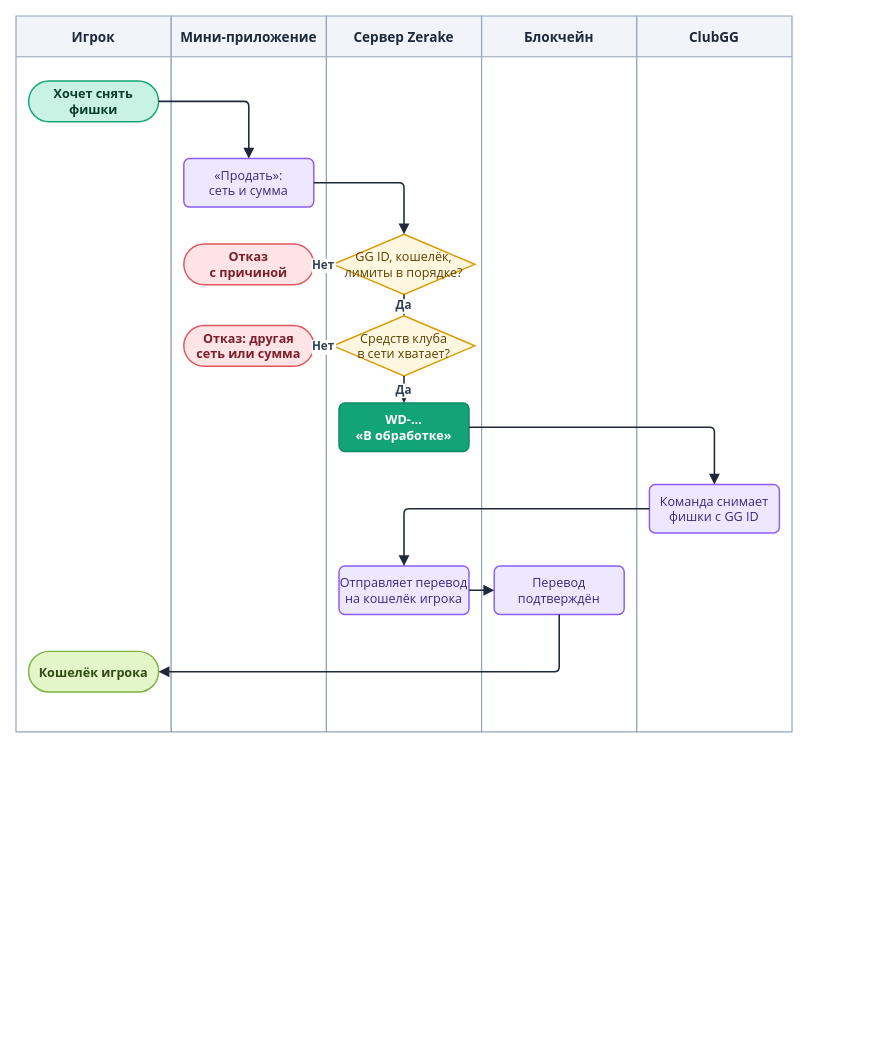
LILSUFFER/zerake-docs keeps this draw.io diagram as diagrams/drawio/money-out.drawio. Above is the earlier version. Source tidied: cells renumbered, new cells numbered last; positions are measured from the earlier drawing's top-left corner, leaving out a move shared by most shapes. Both pictures are drawn from the tidied source at 97%, with x=0, y=0 at pixel (16, 16).
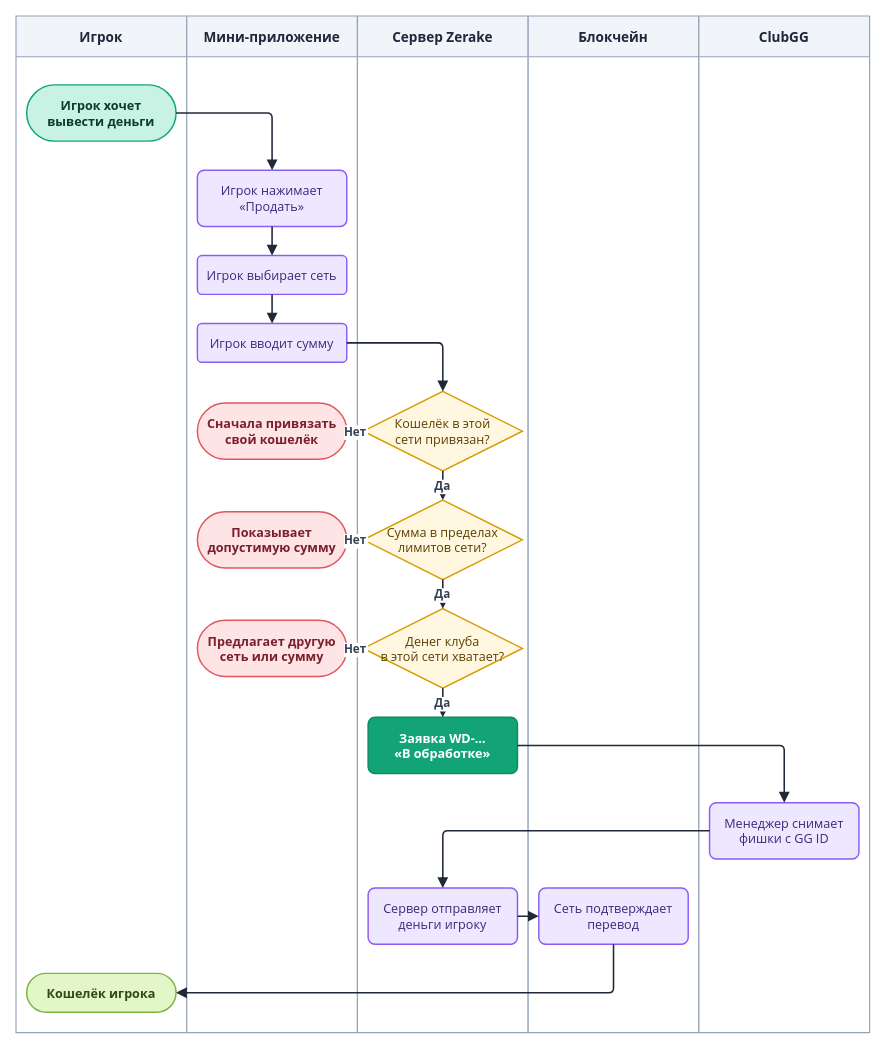
The same diagram, later.

The edit, as a diff of the source:
```diff
@@
     <mxCell id="2" value="Игрок" style="swimlane;horizontal=1;startSize=42;fillColor=#F1F4F9;swimlaneFillColor=#FFFFFF;strokeColor=#94A3B8;fontColor=#1E293B;fontStyle=1;fontSize=14;fontFamily=Segoe UI;strokeWidth=1.2;" parent="1" vertex="1">
-      <mxGeometry width="160" height="738" as="geometry" />
+      <mxGeometry width="176" height="1048" as="geometry" />
     </mxCell>
     <mxCell id="3" value="Мини-приложение" style="swimlane;horizontal=1;startSize=42;fillColor=#F1F4F9;swimlaneFillColor=#FFFFFF;strokeColor=#94A3B8;fontColor=#1E293B;fontStyle=1;fontSize=14;fontFamily=Segoe UI;strokeWidth=1.2;" parent="1" vertex="1">
-      <mxGeometry x="160" width="160" height="738" as="geometry" />
+      <mxGeometry x="176" width="176" height="1048" as="geometry" />
     </mxCell>
     <mxCell id="4" value="Сервер Zerake" style="swimlane;horizontal=1;startSize=42;fillColor=#F1F4F9;swimlaneFillColor=#FFFFFF;strokeColor=#94A3B8;fontColor=#1E293B;fontStyle=1;fontSize=14;fontFamily=Segoe UI;strokeWidth=1.2;" parent="1" vertex="1">
-      <mxGeometry x="320" width="160" height="738" as="geometry" />
+      <mxGeometry x="352" width="176" height="1048" as="geometry" />
     </mxCell>
     <mxCell id="5" value="Блокчейн" style="swimlane;horizontal=1;startSize=42;fillColor=#F1F4F9;swimlaneFillColor=#FFFFFF;strokeColor=#94A3B8;fontColor=#1E293B;fontStyle=1;fontSize=14;fontFamily=Segoe UI;strokeWidth=1.2;" parent="1" vertex="1">
-      <mxGeometry x="480" width="160" height="738" as="geometry" />
+      <mxGeometry x="528" width="176" height="1048" as="geometry" />
     </mxCell>
     <mxCell id="6" value="ClubGG" style="swimlane;horizontal=1;startSize=42;fillColor=#F1F4F9;swimlaneFillColor=#FFFFFF;strokeColor=#94A3B8;fontColor=#1E293B;fontStyle=1;fontSize=14;fontFamily=Segoe UI;strokeWidth=1.2;" parent="1" vertex="1">
-      <mxGeometry x="640" width="160" height="738" as="geometry" />
+      <mxGeometry x="704" width="176" height="1048" as="geometry" />
     </mxCell>
-    <mxCell id="7" value="Хочет снять&#10;фишки" style="rounded=1;arcSize=50;html=0;fontStyle=1;fillColor=#C7F2E4;strokeColor=#12A477;fontColor=#0B3D2C;fontFamily=Segoe UI;fontSize=13;strokeWidth=1.5;" parent="1" vertex="1">
-      <mxGeometry x="13" y="67" width="134" height="42" as="geometry" />
+    <mxCell id="7" value="Игрок хочет&#10;вывести деньги" style="rounded=1;arcSize=50;html=0;fontStyle=1;fillColor=#C7F2E4;strokeColor=#12A477;fontColor=#0B3D2C;fontFamily=Segoe UI;fontSize=13;strokeWidth=1.5;" parent="1" vertex="1">
+      <mxGeometry x="11" y="71" width="154" height="58" as="geometry" />
     </mxCell>
-    <mxCell id="8" value="«Продать»:&#10;сеть и сумма" style="rounded=1;arcSize=12;html=0;fillColor=#EDE7FF;strokeColor=#8B5CF6;fontColor=#3B2A7A;fontFamily=Segoe UI;fontSize=13;strokeWidth=1.5;" parent="1" vertex="1">
-      <mxGeometry x="173" y="147" width="134" height="50" as="geometry" />
+    <mxCell id="8" value="Игрок нажимает&#10;«Продать»" style="rounded=1;arcSize=12;html=0;fillColor=#EDE7FF;strokeColor=#8B5CF6;fontColor=#3B2A7A;fontFamily=Segoe UI;fontSize=13;strokeWidth=1.5;" parent="1" vertex="1">
+      <mxGeometry x="187" y="159" width="154" height="58" as="geometry" />
     </mxCell>
-    <mxCell id="9" value="GG ID, кошелёк,&#10;лимиты в порядке?" style="rhombus;html=0;fillColor=#FFF7E0;strokeColor=#D99A00;fontColor=#5C4100;fontFamily=Segoe UI;fontSize=13;strokeWidth=1.5;" parent="1" vertex="1">
-      <mxGeometry x="327" y="225" width="146" height="62" as="geometry" />
-    </mxCell>
-    <mxCell id="10" value="Отказ&#10;с причиной" style="rounded=1;arcSize=50;html=0;fontStyle=1;fillColor=#FFE4E6;strokeColor=#E0565F;fontColor=#7A1F2B;fontFamily=Segoe UI;fontSize=13;strokeWidth=1.5;" parent="1" vertex="1">
-      <mxGeometry x="173" y="235" width="134" height="42" as="geometry" />
-    </mxCell>
+    <mxCell id="28" value="Игрок выбирает сеть" style="rounded=1;arcSize=12;html=0;fillColor=#EDE7FF;strokeColor=#8B5CF6;fontColor=#3B2A7A;fontFamily=Segoe UI;fontSize=13;strokeWidth=1.5;" parent="1" vertex="1">
+      <mxGeometry x="187" y="247" width="154" height="40" as="geometry" />
+    </mxCell>
+    <mxCell id="29" value="Игрок вводит сумму" style="rounded=1;arcSize=12;html=0;fillColor=#EDE7FF;strokeColor=#8B5CF6;fontColor=#3B2A7A;fontFamily=Segoe UI;fontSize=13;strokeWidth=1.5;" parent="1" vertex="1">
+      <mxGeometry x="187" y="317" width="154" height="40" as="geometry" />
+    </mxCell>
+    <mxCell id="30" value="Кошелёк в этой&#10;сети привязан?" style="rhombus;html=0;fillColor=#FFF7E0;strokeColor=#D99A00;fontColor=#5C4100;fontFamily=Segoe UI;fontSize=13;strokeWidth=1.5;" parent="1" vertex="1">
+      <mxGeometry x="358" y="387" width="164" height="82" as="geometry" />
+    </mxCell>
+    <mxCell id="31" value="Сначала привязать&#10;свой кошелёк" style="rounded=1;arcSize=50;html=0;fontStyle=1;fillColor=#FFE4E6;strokeColor=#E0565F;fontColor=#7A1F2B;fontFamily=Segoe UI;fontSize=13;strokeWidth=1.5;" parent="1" vertex="1">
+      <mxGeometry x="187" y="399" width="154" height="58" as="geometry" />
+    </mxCell>
+    <mxCell id="32" value="Сумма в пределах&#10;лимитов сети?" style="rhombus;html=0;fillColor=#FFF7E0;strokeColor=#D99A00;fontColor=#5C4100;fontFamily=Segoe UI;fontSize=13;strokeWidth=1.5;" parent="1" vertex="1">
+      <mxGeometry x="358" y="499" width="164" height="82" as="geometry" />
+    </mxCell>
+    <mxCell id="33" value="Показывает&#10;допустимую сумму" style="rounded=1;arcSize=50;html=0;fontStyle=1;fillColor=#FFE4E6;strokeColor=#E0565F;fontColor=#7A1F2B;fontFamily=Segoe UI;fontSize=13;strokeWidth=1.5;" parent="1" vertex="1">
+      <mxGeometry x="187" y="511" width="154" height="58" as="geometry" />
+    </mxCell>
-    <mxCell id="11" value="Средств клуба&#10;в сети хватает?" style="rhombus;html=0;fillColor=#FFF7E0;strokeColor=#D99A00;fontColor=#5C4100;fontFamily=Segoe UI;fontSize=13;strokeWidth=1.5;" parent="1" vertex="1">
-      <mxGeometry x="327" y="309" width="146" height="62" as="geometry" />
+    <mxCell id="11" value="Денег клуба&#10;в этой сети хватает?" style="rhombus;html=0;fillColor=#FFF7E0;strokeColor=#D99A00;fontColor=#5C4100;fontFamily=Segoe UI;fontSize=13;strokeWidth=1.5;" parent="1" vertex="1">
+      <mxGeometry x="358" y="611" width="164" height="82" as="geometry" />
     </mxCell>
-    <mxCell id="12" value="Отказ: другая&#10;сеть или сумма" style="rounded=1;arcSize=50;html=0;fontStyle=1;fillColor=#FFE4E6;strokeColor=#E0565F;fontColor=#7A1F2B;fontFamily=Segoe UI;fontSize=13;strokeWidth=1.5;" parent="1" vertex="1">
-      <mxGeometry x="173" y="319" width="134" height="42" as="geometry" />
-    </mxCell>
+    <mxCell id="34" value="Предлагает другую&#10;сеть или сумму" style="rounded=1;arcSize=50;html=0;fontStyle=1;fillColor=#FFE4E6;strokeColor=#E0565F;fontColor=#7A1F2B;fontFamily=Segoe UI;fontSize=13;strokeWidth=1.5;" parent="1" vertex="1">
+      <mxGeometry x="187" y="623" width="154" height="58" as="geometry" />
+    </mxCell>
-    <mxCell id="13" value="WD-…&#10;«В обработке»" style="rounded=1;arcSize=12;html=0;fillColor=#12A477;strokeColor=#0F8A63;fontColor=#FFFFFF;fontStyle=1;fontFamily=Segoe UI;fontSize=13;strokeWidth=1.5;" parent="1" vertex="1">
-      <mxGeometry x="333" y="399" width="134" height="50" as="geometry" />
+    <mxCell id="13" value="Заявка WD-…&#10;«В обработке»" style="rounded=1;arcSize=12;html=0;fillColor=#12A477;strokeColor=#0F8A63;fontColor=#FFFFFF;fontStyle=1;fontFamily=Segoe UI;fontSize=13;strokeWidth=1.5;" parent="1" vertex="1">
+      <mxGeometry x="363" y="723" width="154" height="58" as="geometry" />
     </mxCell>
-    <mxCell id="14" value="Команда снимает&#10;фишки с GG ID" style="rounded=1;arcSize=12;html=0;fillColor=#EDE7FF;strokeColor=#8B5CF6;fontColor=#3B2A7A;fontFamily=Segoe UI;fontSize=13;strokeWidth=1.5;" parent="1" vertex="1">
-      <mxGeometry x="653" y="483" width="134" height="50" as="geometry" />
+    <mxCell id="14" value="Менеджер снимает&#10;фишки с GG ID" style="rounded=1;arcSize=12;html=0;fillColor=#EDE7FF;strokeColor=#8B5CF6;fontColor=#3B2A7A;fontFamily=Segoe UI;fontSize=13;strokeWidth=1.5;" parent="1" vertex="1">
+      <mxGeometry x="715" y="811" width="154" height="58" as="geometry" />
     </mxCell>
-    <mxCell id="15" value="Отправляет перевод&#10;на кошелёк игрока" style="rounded=1;arcSize=12;html=0;fillColor=#EDE7FF;strokeColor=#8B5CF6;fontColor=#3B2A7A;fontFamily=Segoe UI;fontSize=13;strokeWidth=1.5;" parent="1" vertex="1">
-      <mxGeometry x="333" y="567" width="134" height="50" as="geometry" />
+    <mxCell id="15" value="Сервер отправляет&#10;деньги игроку" style="rounded=1;arcSize=12;html=0;fillColor=#EDE7FF;strokeColor=#8B5CF6;fontColor=#3B2A7A;fontFamily=Segoe UI;fontSize=13;strokeWidth=1.5;" parent="1" vertex="1">
+      <mxGeometry x="363" y="899" width="154" height="58" as="geometry" />
     </mxCell>
-    <mxCell id="16" value="Перевод&#10;подтверждён" style="rounded=1;arcSize=12;html=0;fillColor=#EDE7FF;strokeColor=#8B5CF6;fontColor=#3B2A7A;fontFamily=Segoe UI;fontSize=13;strokeWidth=1.5;" parent="1" vertex="1">
-      <mxGeometry x="493" y="567" width="134" height="50" as="geometry" />
+    <mxCell id="16" value="Сеть подтверждает&#10;перевод" style="rounded=1;arcSize=12;html=0;fillColor=#EDE7FF;strokeColor=#8B5CF6;fontColor=#3B2A7A;fontFamily=Segoe UI;fontSize=13;strokeWidth=1.5;" parent="1" vertex="1">
+      <mxGeometry x="539" y="899" width="154" height="58" as="geometry" />
     </mxCell>
     <mxCell id="17" value="Кошелёк игрока" style="rounded=1;arcSize=50;html=0;fontStyle=1;fillColor=#E3F6C8;strokeColor=#7CB342;fontColor=#2F4A12;fontFamily=Segoe UI;fontSize=13;strokeWidth=1.5;" parent="1" vertex="1">
-      <mxGeometry x="13" y="655" width="134" height="42" as="geometry" />
+      <mxGeometry x="11" y="987" width="154" height="40" as="geometry" />
     </mxCell>
@@
-    <mxCell id="19" style="edgeStyle=orthogonalEdgeStyle;rounded=1;arcSize=10;jettySize=auto;html=0;strokeColor=#1F2937;strokeWidth=1.6;endArrow=block;endFill=1;endSize=7;fontFamily=Segoe UI;fontSize=12;fontStyle=1;fontColor=#334155;labelBackgroundColor=#FFFFFF;" parent="1" edge="1" source="8" target="9">
+    <mxCell id="19" style="edgeStyle=orthogonalEdgeStyle;rounded=1;arcSize=10;jettySize=auto;html=0;strokeColor=#1F2937;strokeWidth=1.6;endArrow=block;endFill=1;endSize=7;fontFamily=Segoe UI;fontSize=12;fontStyle=1;fontColor=#334155;labelBackgroundColor=#FFFFFF;" parent="1" edge="1" source="8" target="28">
       <mxGeometry relative="1" as="geometry" />
     </mxCell>
-    <mxCell id="20" value="Нет" style="edgeStyle=orthogonalEdgeStyle;rounded=1;arcSize=10;jettySize=auto;html=0;strokeColor=#1F2937;strokeWidth=1.6;endArrow=block;endFill=1;endSize=7;fontFamily=Segoe UI;fontSize=12;fontStyle=1;fontColor=#334155;labelBackgroundColor=#FFFFFF;" parent="1" edge="1" source="9" target="10">
+    <mxCell id="20" style="edgeStyle=orthogonalEdgeStyle;rounded=1;arcSize=10;jettySize=auto;html=0;strokeColor=#1F2937;strokeWidth=1.6;endArrow=block;endFill=1;endSize=7;fontFamily=Segoe UI;fontSize=12;fontStyle=1;fontColor=#334155;labelBackgroundColor=#FFFFFF;" parent="1" edge="1" source="28" target="29">
       <mxGeometry relative="1" as="geometry" />
     </mxCell>
-    <mxCell id="21" value="Да" style="edgeStyle=orthogonalEdgeStyle;rounded=1;arcSize=10;jettySize=auto;html=0;strokeColor=#1F2937;strokeWidth=1.6;endArrow=block;endFill=1;endSize=7;fontFamily=Segoe UI;fontSize=12;fontStyle=1;fontColor=#334155;labelBackgroundColor=#FFFFFF;" parent="1" edge="1" source="9" target="11">
+    <mxCell id="21" style="edgeStyle=orthogonalEdgeStyle;rounded=1;arcSize=10;jettySize=auto;html=0;strokeColor=#1F2937;strokeWidth=1.6;endArrow=block;endFill=1;endSize=7;fontFamily=Segoe UI;fontSize=12;fontStyle=1;fontColor=#334155;labelBackgroundColor=#FFFFFF;" parent="1" edge="1" source="29" target="30">
       <mxGeometry relative="1" as="geometry" />
     </mxCell>
-    <mxCell id="22" value="Нет" style="edgeStyle=orthogonalEdgeStyle;rounded=1;arcSize=10;jettySize=auto;html=0;strokeColor=#1F2937;strokeWidth=1.6;endArrow=block;endFill=1;endSize=7;fontFamily=Segoe UI;fontSize=12;fontStyle=1;fontColor=#334155;labelBackgroundColor=#FFFFFF;" parent="1" edge="1" source="11" target="12">
+    <mxCell id="22" value="Нет" style="edgeStyle=orthogonalEdgeStyle;rounded=1;arcSize=10;jettySize=auto;html=0;strokeColor=#1F2937;strokeWidth=1.6;endArrow=block;endFill=1;endSize=7;fontFamily=Segoe UI;fontSize=12;fontStyle=1;fontColor=#334155;labelBackgroundColor=#FFFFFF;" parent="1" edge="1" source="30" target="31">
       <mxGeometry relative="1" as="geometry" />
     </mxCell>
-    <mxCell id="23" value="Да" style="edgeStyle=orthogonalEdgeStyle;rounded=1;arcSize=10;jettySize=auto;html=0;strokeColor=#1F2937;strokeWidth=1.6;endArrow=block;endFill=1;endSize=7;fontFamily=Segoe UI;fontSize=12;fontStyle=1;fontColor=#334155;labelBackgroundColor=#FFFFFF;" parent="1" edge="1" source="11" target="13">
+    <mxCell id="23" value="Да" style="edgeStyle=orthogonalEdgeStyle;rounded=1;arcSize=10;jettySize=auto;html=0;strokeColor=#1F2937;strokeWidth=1.6;endArrow=block;endFill=1;endSize=7;fontFamily=Segoe UI;fontSize=12;fontStyle=1;fontColor=#334155;labelBackgroundColor=#FFFFFF;" parent="1" edge="1" source="30" target="32">
       <mxGeometry relative="1" as="geometry" />
     </mxCell>
-    <mxCell id="24" style="edgeStyle=orthogonalEdgeStyle;rounded=1;arcSize=10;jettySize=auto;html=0;strokeColor=#1F2937;strokeWidth=1.6;endArrow=block;endFill=1;endSize=7;fontFamily=Segoe UI;fontSize=12;fontStyle=1;fontColor=#334155;labelBackgroundColor=#FFFFFF;exitX=1;exitY=0.5;entryX=0.5;entryY=0;" parent="1" edge="1" source="13" target="14">
+    <mxCell id="24" value="Нет" style="edgeStyle=orthogonalEdgeStyle;rounded=1;arcSize=10;jettySize=auto;html=0;strokeColor=#1F2937;strokeWidth=1.6;endArrow=block;endFill=1;endSize=7;fontFamily=Segoe UI;fontSize=12;fontStyle=1;fontColor=#334155;labelBackgroundColor=#FFFFFF;" parent="1" edge="1" source="32" target="33">
       <mxGeometry relative="1" as="geometry" />
     </mxCell>
-    <mxCell id="25" style="edgeStyle=orthogonalEdgeStyle;rounded=1;arcSize=10;jettySize=auto;html=0;strokeColor=#1F2937;strokeWidth=1.6;endArrow=block;endFill=1;endSize=7;fontFamily=Segoe UI;fontSize=12;fontStyle=1;fontColor=#334155;labelBackgroundColor=#FFFFFF;exitX=0;exitY=0.5;entryX=0.5;entryY=0;" parent="1" edge="1" source="14" target="15">
+    <mxCell id="25" value="Да" style="edgeStyle=orthogonalEdgeStyle;rounded=1;arcSize=10;jettySize=auto;html=0;strokeColor=#1F2937;strokeWidth=1.6;endArrow=block;endFill=1;endSize=7;fontFamily=Segoe UI;fontSize=12;fontStyle=1;fontColor=#334155;labelBackgroundColor=#FFFFFF;" parent="1" edge="1" source="32" target="11">
       <mxGeometry relative="1" as="geometry" />
     </mxCell>
-    <mxCell id="26" style="edgeStyle=orthogonalEdgeStyle;rounded=1;arcSize=10;jettySize=auto;html=0;strokeColor=#1F2937;strokeWidth=1.6;endArrow=block;endFill=1;endSize=7;fontFamily=Segoe UI;fontSize=12;fontStyle=1;fontColor=#334155;labelBackgroundColor=#FFFFFF;" parent="1" edge="1" source="15" target="16">
+    <mxCell id="26" value="Нет" style="edgeStyle=orthogonalEdgeStyle;rounded=1;arcSize=10;jettySize=auto;html=0;strokeColor=#1F2937;strokeWidth=1.6;endArrow=block;endFill=1;endSize=7;fontFamily=Segoe UI;fontSize=12;fontStyle=1;fontColor=#334155;labelBackgroundColor=#FFFFFF;" parent="1" edge="1" source="11" target="34">
       <mxGeometry relative="1" as="geometry" />
     </mxCell>
-    <mxCell id="27" style="edgeStyle=orthogonalEdgeStyle;rounded=1;arcSize=10;jettySize=auto;html=0;strokeColor=#1F2937;strokeWidth=1.6;endArrow=block;endFill=1;endSize=7;fontFamily=Segoe UI;fontSize=12;fontStyle=1;fontColor=#334155;labelBackgroundColor=#FFFFFF;exitX=0.5;exitY=1;entryX=1;entryY=0.5;" parent="1" edge="1" source="16" target="17">
+    <mxCell id="27" value="Да" style="edgeStyle=orthogonalEdgeStyle;rounded=1;arcSize=10;jettySize=auto;html=0;strokeColor=#1F2937;strokeWidth=1.6;endArrow=block;endFill=1;endSize=7;fontFamily=Segoe UI;fontSize=12;fontStyle=1;fontColor=#334155;labelBackgroundColor=#FFFFFF;" parent="1" edge="1" source="11" target="13">
       <mxGeometry relative="1" as="geometry" />
     </mxCell>
+    <mxCell id="35" style="edgeStyle=orthogonalEdgeStyle;rounded=1;arcSize=10;jettySize=auto;html=0;strokeColor=#1F2937;strokeWidth=1.6;endArrow=block;endFill=1;endSize=7;fontFamily=Segoe UI;fontSize=12;fontStyle=1;fontColor=#334155;labelBackgroundColor=#FFFFFF;exitX=1;exitY=0.5;entryX=0.5;entryY=0;" parent="1" edge="1" source="13" target="14">
+      <mxGeometry relative="1" as="geometry" />
+    </mxCell>
+    <mxCell id="36" style="edgeStyle=orthogonalEdgeStyle;rounded=1;arcSize=10;jettySize=auto;html=0;strokeColor=#1F2937;strokeWidth=1.6;endArrow=block;endFill=1;endSize=7;fontFamily=Segoe UI;fontSize=12;fontStyle=1;fontColor=#334155;labelBackgroundColor=#FFFFFF;exitX=0;exitY=0.5;entryX=0.5;entryY=0;" parent="1" edge="1" source="14" target="15">
+      <mxGeometry relative="1" as="geometry" />
+    </mxCell>
+    <mxCell id="37" style="edgeStyle=orthogonalEdgeStyle;rounded=1;arcSize=10;jettySize=auto;html=0;strokeColor=#1F2937;strokeWidth=1.6;endArrow=block;endFill=1;endSize=7;fontFamily=Segoe UI;fontSize=12;fontStyle=1;fontColor=#334155;labelBackgroundColor=#FFFFFF;" parent="1" edge="1" source="15" target="16">
+      <mxGeometry relative="1" as="geometry" />
+    </mxCell>
+    <mxCell id="38" style="edgeStyle=orthogonalEdgeStyle;rounded=1;arcSize=10;jettySize=auto;html=0;strokeColor=#1F2937;strokeWidth=1.6;endArrow=block;endFill=1;endSize=7;fontFamily=Segoe UI;fontSize=12;fontStyle=1;fontColor=#334155;labelBackgroundColor=#FFFFFF;exitX=0.5;exitY=1;entryX=1;entryY=0.5;" parent="1" edge="1" source="16" target="17">
+      <mxGeometry relative="1" as="geometry" />
+    </mxCell>
```
